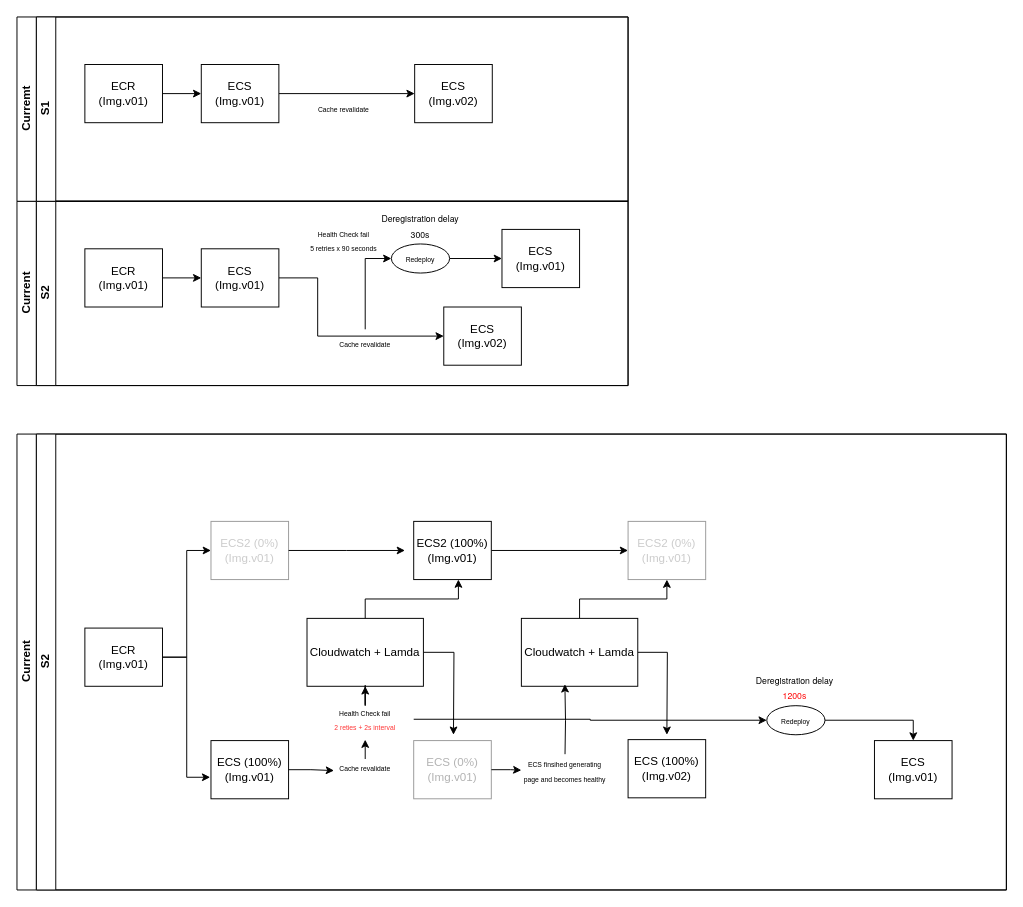
The draw.io diagram Untitled Diagram.drawio in horsehcj/draw.io, before the edit. Source tidied: cells renumbered, new cells numbered last; positions are measured from the earlier drawing's top-left corner, leaving out a move shared by most shapes. Both pictures are drawn from the tidied source at 97%, with x=0, y=0 at pixel (16, 16).
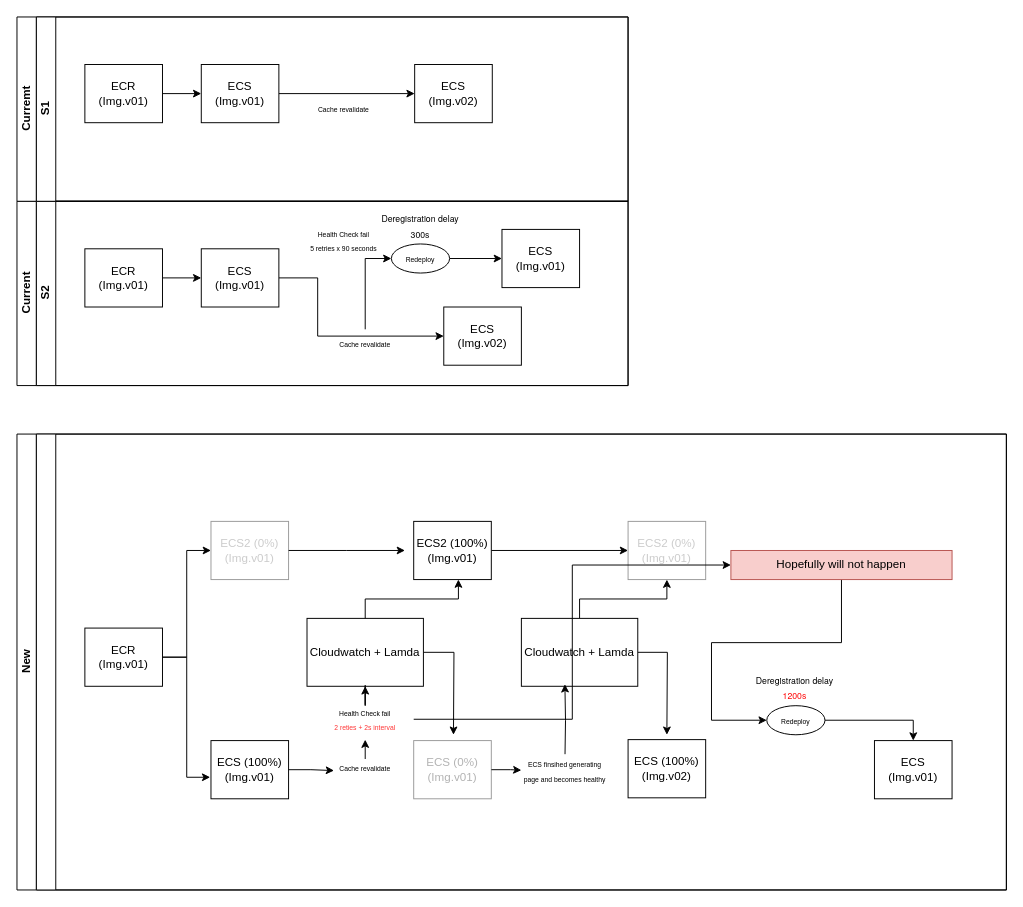
The same page after the edit.

The change refers to these unchanged cells:
```xml
<mxCell id="35" value="&lt;font style=&quot;font-size: 7px;&quot;&gt;Health Check fail&lt;br&gt;&lt;font color=&quot;#ff3333&quot;&gt;2 reties + 2s interval&lt;/font&gt;&lt;/font&gt;" style="text;html=1;align=center;verticalAlign=middle;whiteSpace=wrap;rounded=0;" parent="25" vertex="1">
  <mxGeometry x="289" y="279" width="100" height="30" as="geometry" />
</mxCell>
<mxCell id="37" value="&lt;p style=&quot;line-height: 0%;&quot;&gt;&lt;font style=&quot;font-size: 7px;&quot;&gt;Redeploy&lt;/font&gt;&lt;/p&gt;" style="ellipse;whiteSpace=wrap;html=1;" parent="25" vertex="1">
  <mxGeometry x="753" y="280" width="60" height="30" as="geometry" />
</mxCell>
```

Diff of the diagram source:
```diff
@@
-    <mxCell id="24" value="Current" style="swimlane;html=1;horizontal=0;startSize=20;" parent="1" vertex="1">
+    <mxCell id="24" value="New" style="swimlane;html=1;horizontal=0;startSize=20;" parent="1" vertex="1">
       <mxGeometry y="430" width="1020" height="470" as="geometry" />
     </mxCell>
-    <mxCell id="25" value="S2" style="swimlane;html=1;startSize=20;horizontal=0;" parent="24" vertex="1">
+    <mxCell id="25" style="swimlane;html=1;startSize=20;horizontal=0;" parent="24" vertex="1">
       <mxGeometry x="20" width="1000" height="470" as="geometry" />
     </mxCell>
@@
-    <mxCell id="34" style="edgeStyle=orthogonalEdgeStyle;rounded=0;jettySize=auto;html=1;entryX=0;entryY=0.5;entryDx=0;entryDy=0;" parent="25" edge="1" source="35" target="37">
+    <mxCell id="34" style="edgeStyle=orthogonalEdgeStyle;rounded=0;jettySize=auto;html=1;entryX=0;entryY=0.5;entryDx=0;entryDy=0;" parent="25" edge="1" source="57" target="37">
       <mxGeometry relative="1" as="geometry" />
     </mxCell>
@@
+    <mxCell id="56" style="edgeStyle=orthogonalEdgeStyle;rounded=0;jettySize=auto;html=1;entryX=0;entryY=0.5;entryDx=0;entryDy=0;" parent="25" edge="1" source="35" target="57">
+      <mxGeometry relative="1" as="geometry" />
+    </mxCell>
+    <mxCell id="57" value="Hopefully will not happen" style="rounded=0;whiteSpace=wrap;html=1;fillColor=#f8cecc;strokeColor=#b85450;" parent="25" vertex="1">
+      <mxGeometry x="716" y="120" width="228" height="30" as="geometry" />
+    </mxCell>
```
